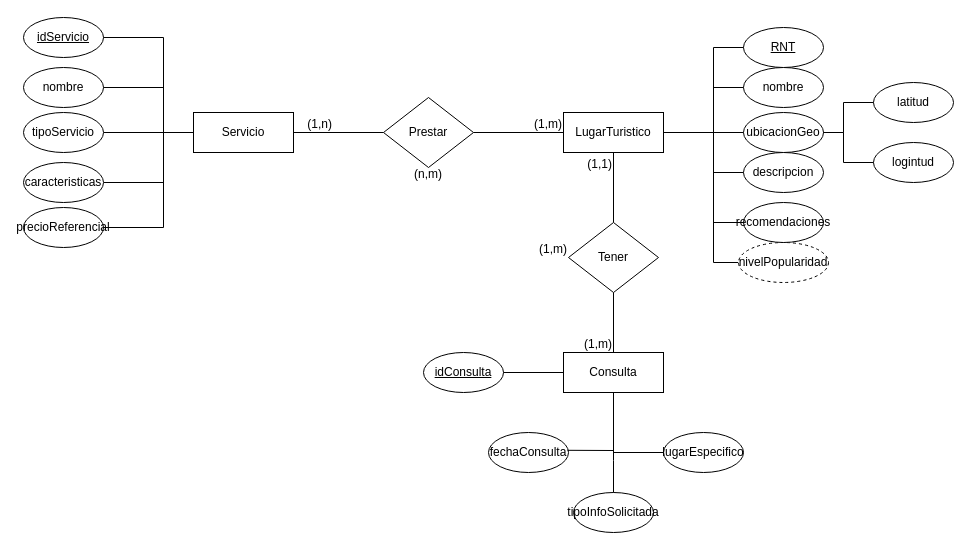
Earlier version of the draw.io diagram Diagramas/eR.dio (migueCOLORADO/SecretariaTurismoBD). Source tidied: cells renumbered, new cells numbered last; positions are measured from the earlier drawing's top-left corner, leaving out a move shared by most shapes. Both pictures are drawn from the tidied source at 100%, with x=0, y=0 at pixel (23, 17).
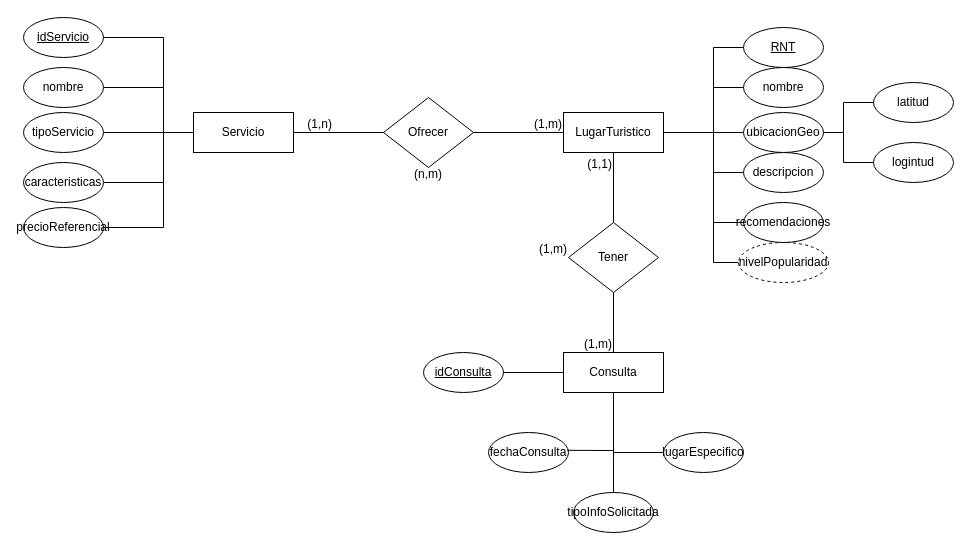
The same diagram, later.

Commit message:
V.3.2 | Actualización del nombre de la relación Servicio-LugarTuristico | MER

Change to the diagram source:
```diff
@@
-    <mxCell id="5" value="Prestar" style="shape=rhombus;perimeter=rhombusPerimeter;whiteSpace=wrap;html=1;align=center;" parent="1" vertex="1">
+    <mxCell id="5" value="Ofrecer" style="shape=rhombus;perimeter=rhombusPerimeter;whiteSpace=wrap;html=1;align=center;" parent="1" vertex="1">
       <mxGeometry x="360" y="80" width="90" height="70" as="geometry" />
     </mxCell>
```
